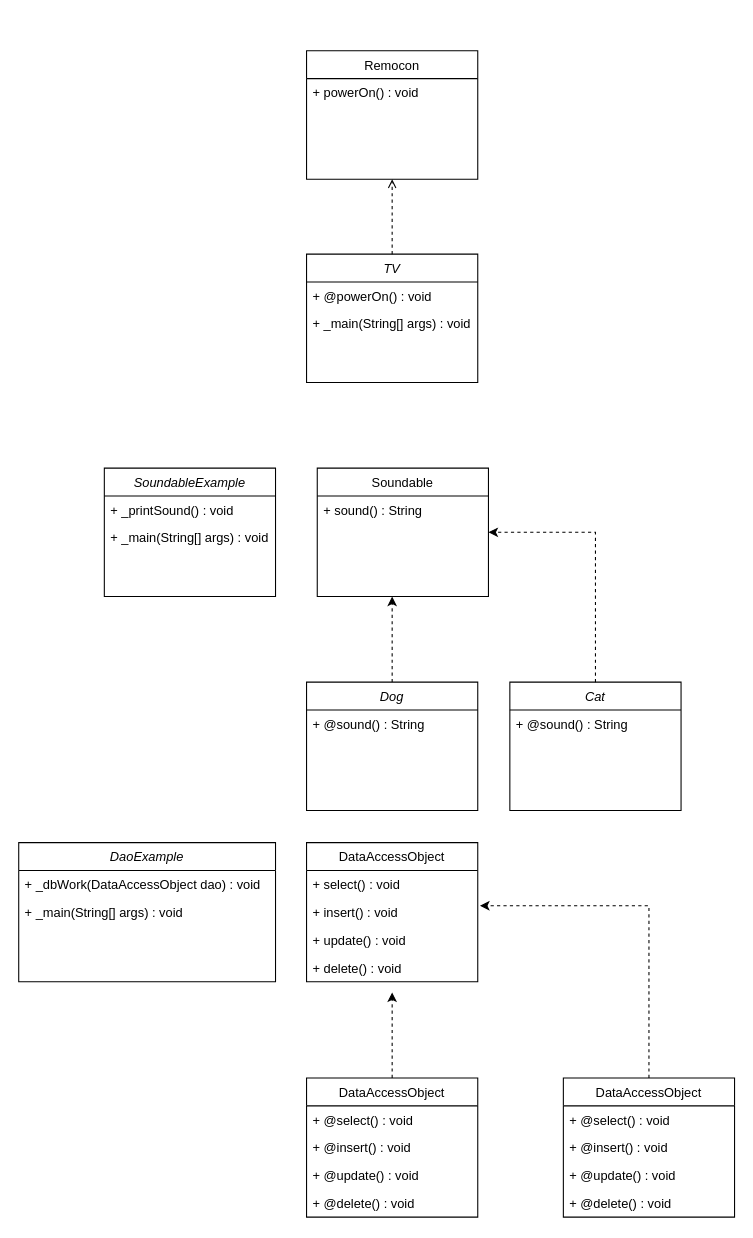
Above: src/Day04/Prob123/Prob1.drawio in KangChangSeon/java_advanced (draw.io), before the change. Source tidied: cells renumbered, new cells numbered last; positions are measured from the earlier drawing's top-left corner, leaving out a move shared by most shapes. Both pictures are drawn from the tidied source at 107%, with x=0, y=0 at pixel (18, 50).
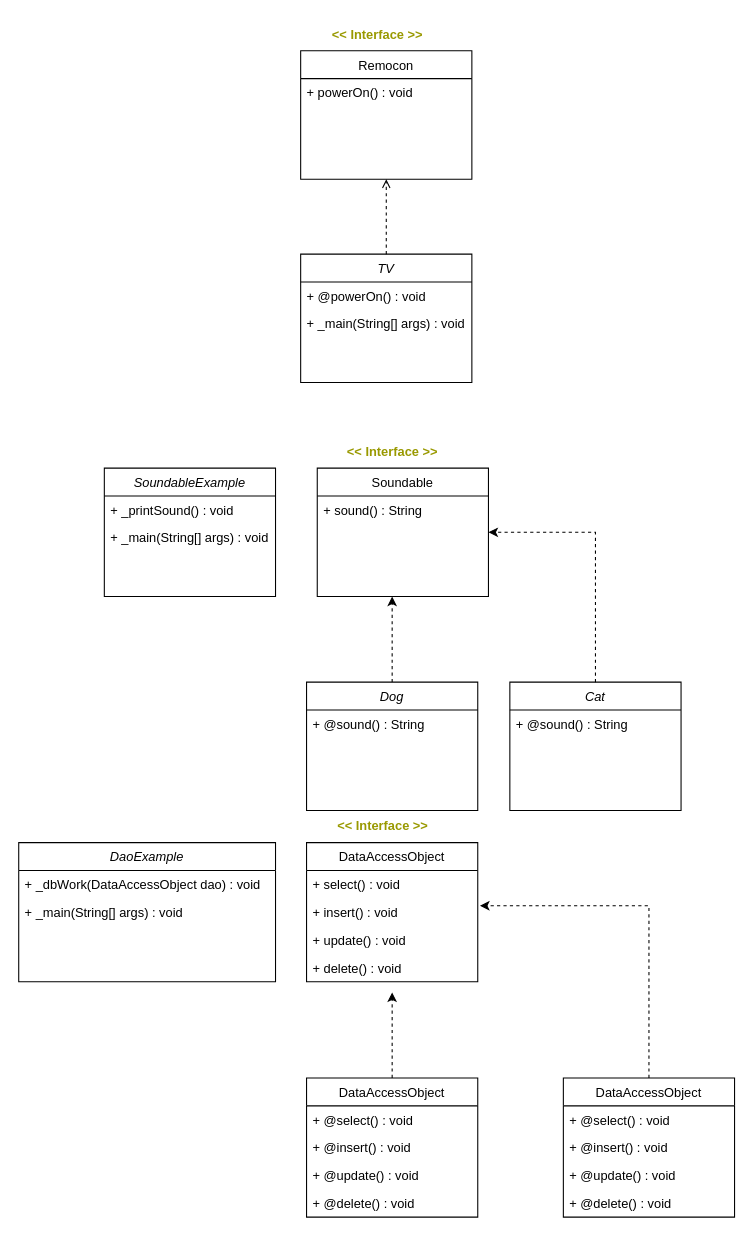
Above is the later version.

Diff of the diagram source:
```diff
@@
     <mxCell id="7" value="TV" style="swimlane;fontStyle=2;align=center;verticalAlign=top;horizontal=1;startSize=26;rounded=0;shadow=0;strokeWidth=1;" parent="1" vertex="1">
-      <mxGeometry x="269" y="190" width="160" height="120" as="geometry" />
+      <mxGeometry x="263.5" y="190" width="160" height="120" as="geometry" />
     </mxCell>
@@
     <mxCell id="10" value="Remocon" style="swimlane;fontStyle=0;align=center;verticalAlign=top;horizontal=1;startSize=26;rounded=0;shadow=0;strokeWidth=1;" parent="1" vertex="1">
-      <mxGeometry x="269" width="160" height="120" as="geometry" />
+      <mxGeometry x="263.5" width="160" height="120" as="geometry" />
     </mxCell>
@@
+    <mxCell id="39" value="&lt;b&gt;&lt;font style=&quot;color: rgb(153, 153, 0);&quot;&gt;&amp;lt;&amp;lt; Interface &amp;gt;&amp;gt;&lt;/font&gt;&lt;/b&gt;" style="text;html=1;align=center;verticalAlign=middle;strokeColor=none;fillColor=none;" parent="1" vertex="1">
+      <mxGeometry x="279.5" y="-30" width="110" height="30" as="geometry" />
+    </mxCell>
+    <mxCell id="40" value="&lt;font style=&quot;color: rgb(153, 153, 0);&quot;&gt;&lt;b style=&quot;background-color: rgb(255, 255, 255);&quot;&gt;&amp;lt;&amp;lt; Interface &amp;gt;&amp;gt;&lt;/b&gt;&lt;/font&gt;" style="text;html=1;align=center;verticalAlign=middle;strokeColor=none;fillColor=none;" parent="1" vertex="1">
+      <mxGeometry x="294" y="360" width="110" height="30" as="geometry" />
+    </mxCell>
+    <mxCell id="41" value="&lt;b&gt;&lt;font style=&quot;background-color: rgb(255, 255, 255); color: rgb(153, 153, 0);&quot;&gt;&amp;lt;&amp;lt; Interface &amp;gt;&amp;gt;&lt;/font&gt;&lt;/b&gt;" style="text;html=1;align=center;verticalAlign=middle;strokeColor=none;fillColor=none;" parent="1" vertex="1">
+      <mxGeometry x="285" y="710" width="110" height="30" as="geometry" />
+    </mxCell>
```
